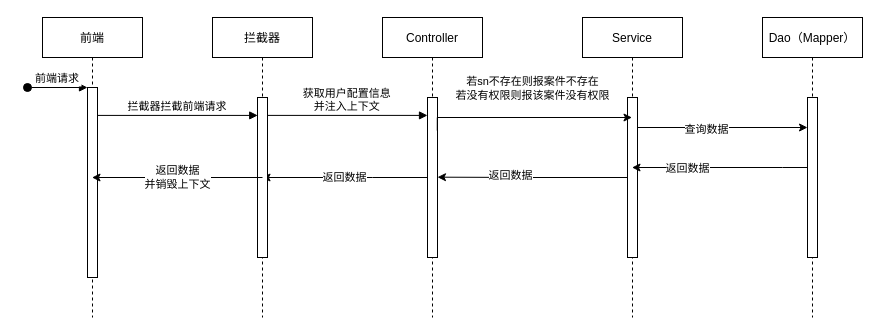
Earlier version of the draw.io diagram page "单条记录" (1 of 3) of 挖财自营诉调系统-司法进程&资产保全页面数据权限控制.drawio (HillCheuang/images). Source tidied: cells renumbered, new cells numbered last; positions are measured from the earlier drawing's top-left corner, leaving out a move shared by most shapes. Both pictures are drawn from the tidied source at 100%, with x=0, y=0 at pixel (27, 17).
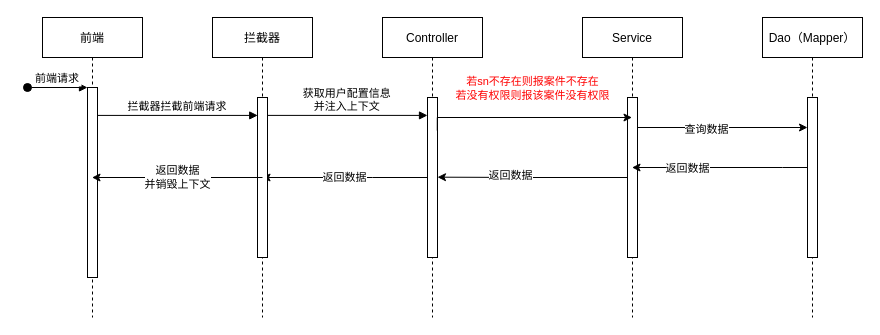
Above is the later version.

The change refers to these unchanged cells:
```xml
<mxCell id="13" style="edgeStyle=orthogonalEdgeStyle;rounded=0;jettySize=auto;html=1;fontSize=11;exitX=0.978;exitY=0.207;exitDx=0;exitDy=0;exitPerimeter=0;" parent="1" edge="1" source="6" target="9">
  <mxGeometry relative="1" as="geometry">
    <Array as="points">
      <mxPoint x="410" y="100" />
    </Array>
  </mxGeometry>
</mxCell>
```

What changed in the source:
```diff
@@
-    <mxCell id="14" value="若sn不存在则报案件不存在&lt;br&gt;若没有权限则报该案件没有权限" style="edgeLabel;html=1;align=center;verticalAlign=middle;fontSize=11;" parent="13" vertex="1">
+    <mxCell id="14" value="若sn不存在则报案件不存在&lt;br&gt;若没有权限则报该案件没有权限" style="edgeLabel;html=1;align=center;verticalAlign=middle;fontSize=11;fontColor=#FF0000;" parent="13" vertex="1">
       <mxGeometry x="0.08" y="2" relative="1" as="geometry">
         <mxPoint x="-4" y="-28" as="offset" />
       </mxGeometry>
     </mxCell>
```
